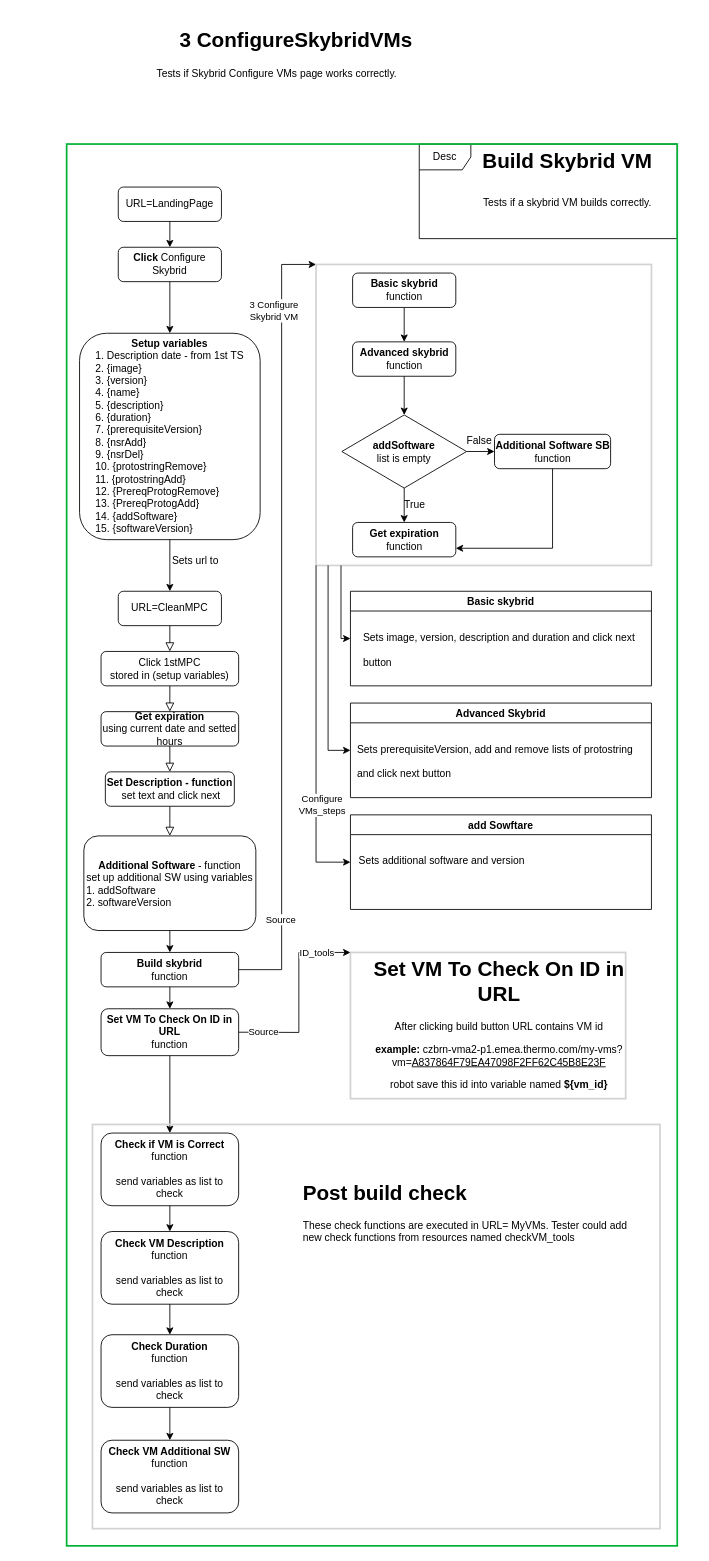
Before: page "3 ConfigureSkybridVMs" (4 of 5) of 4_MyVMS.drawio in MartinBlazek6/Project, a draw.io diagram. Source tidied: cells renumbered, new cells numbered last; positions are measured from the earlier drawing's top-left corner, leaving out a move shared by most shapes. Both pictures are drawn from the tidied source at 86%, with x=0, y=0 at pixel (15, 23).
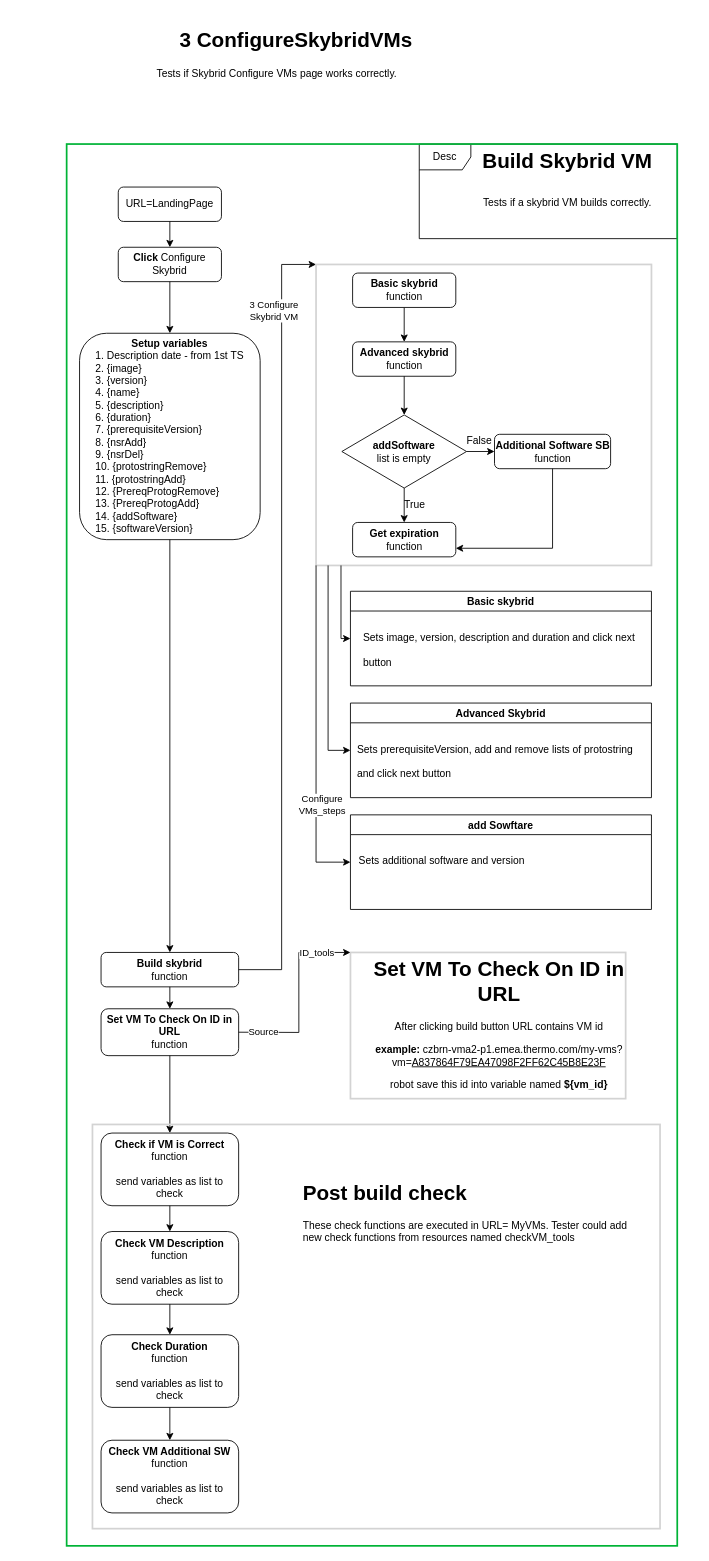
The same diagram, later.

Unchanged cells that the change refers to:
```xml
<mxCell id="4" value="&lt;b&gt;Setup variables&lt;br&gt;&lt;/b&gt;&lt;div style=&quot;text-align: left&quot;&gt;&lt;span&gt;1. Description date - from 1st TS&lt;/span&gt;&lt;/div&gt;&lt;div style=&quot;text-align: left&quot;&gt;&lt;div&gt;2. {image}&lt;/div&gt;&lt;div&gt;3. {version}&lt;/div&gt;&lt;div&gt;4. {name}&lt;/div&gt;&lt;div&gt;5. {description}&lt;/div&gt;&lt;div&gt;6. {duration}&lt;/div&gt;&lt;div&gt;7. {prerequisiteVersion}&lt;/div&gt;&lt;div&gt;8. {nsrAdd}&lt;/div&gt;&lt;div&gt;9. {nsrDel}&lt;/div&gt;&lt;div&gt;10. {protostringRemove}&lt;/div&gt;&lt;div&gt;11. {protostringAdd}&lt;/div&gt;&lt;div&gt;12. {PrereqProtogRemove}&lt;/div&gt;&lt;div&gt;13. {PrereqProtogAdd}&lt;/div&gt;&lt;div&gt;14. {addSoftware}&lt;/div&gt;&lt;div&gt;15. {softwareVersion}&lt;/div&gt;&lt;/div&gt;" style="rounded=1;whiteSpace=wrap;html=1;" parent="1" vertex="1">
  <mxGeometry x="75" y="360" width="210" height="240" as="geometry" />
</mxCell>
<mxCell id="14" value="&lt;b&gt;Build skybrid&lt;/b&gt;&lt;br&gt;function" style="rounded=1;whiteSpace=wrap;html=1;fontSize=12;glass=0;strokeWidth=1;shadow=0;" parent="1" vertex="1">
  <mxGeometry x="100" y="1080" width="160" height="40" as="geometry" />
</mxCell>
<mxCell id="18" style="endArrow=classic;html=1;rounded=0;exitX=1;exitY=0.5;exitDx=0;exitDy=0;entryX=0;entryY=0;entryDx=0;entryDy=0;" parent="1" edge="1" source="14" target="17">
  <mxGeometry relative="1" as="geometry">
    <Array as="points">
      <mxPoint x="310" y="1100" />
      <mxPoint x="310" y="280" />
    </Array>
  </mxGeometry>
</mxCell>
```

The edit, as a diff of the source:
```diff
@@
-    <mxCell id="2" style="rounded=0;html=1;jettySize=auto;fontSize=11;endArrow=block;endFill=0;endSize=8;strokeWidth=1;shadow=0;labelBackgroundColor=none;edgeStyle=orthogonalEdgeStyle;" parent="1" edge="1" source="3">
-      <mxGeometry relative="1" as="geometry">
-        <mxPoint x="180" y="730" as="targetPoint" />
-      </mxGeometry>
-    </mxCell>
-    <mxCell id="3" value="URL=CleanMPC" style="rounded=1;whiteSpace=wrap;html=1;fontSize=12;glass=0;strokeWidth=1;shadow=0;" parent="1" vertex="1">
-      <mxGeometry x="120" y="660" width="120" height="40" as="geometry" />
-    </mxCell>
@@
-    <mxCell id="5" style="endArrow=classic;html=1;rounded=0;exitX=0.5;exitY=1;exitDx=0;exitDy=0;entryX=0.5;entryY=0;entryDx=0;entryDy=0;" parent="1" edge="1" source="4" target="3">
-      <mxGeometry relative="1" as="geometry" />
-    </mxCell>
-    <mxCell id="6" value="Sets url to" style="text;html=1;strokeColor=none;fillColor=none;align=center;verticalAlign=middle;whiteSpace=wrap;rounded=0;" parent="1" vertex="1">
-      <mxGeometry x="180" y="610" width="60" height="30" as="geometry" />
-    </mxCell>
-    <mxCell id="7" style="rounded=0;html=1;jettySize=auto;fontSize=11;endArrow=block;endFill=0;endSize=8;strokeWidth=1;shadow=0;labelBackgroundColor=none;edgeStyle=orthogonalEdgeStyle;" parent="1" edge="1" source="8">
-      <mxGeometry relative="1" as="geometry">
-        <mxPoint x="180" y="800" as="targetPoint" />
-      </mxGeometry>
-    </mxCell>
-    <mxCell id="8" value="Click 1stMPC&lt;br&gt;stored in (setup variables)" style="rounded=1;whiteSpace=wrap;html=1;fontSize=12;glass=0;strokeWidth=1;shadow=0;" parent="1" vertex="1">
-      <mxGeometry x="100" y="730" width="160" height="40" as="geometry" />
-    </mxCell>
-    <mxCell id="9" style="rounded=0;html=1;jettySize=auto;fontSize=11;endArrow=block;endFill=0;endSize=8;strokeWidth=1;shadow=0;labelBackgroundColor=none;edgeStyle=orthogonalEdgeStyle;" parent="1" edge="1" source="10">
-      <mxGeometry relative="1" as="geometry">
-        <mxPoint x="180" y="944.5" as="targetPoint" />
-      </mxGeometry>
-    </mxCell>
-    <mxCell id="10" value="&lt;b&gt;Set Description - function&lt;br&gt;&lt;/b&gt;&amp;nbsp;set text and click next" style="rounded=1;whiteSpace=wrap;html=1;fontSize=12;glass=0;strokeWidth=1;shadow=0;" parent="1" vertex="1">
-      <mxGeometry x="105" y="870" width="150" height="40" as="geometry" />
-    </mxCell>
-    <mxCell id="11" value="&lt;b&gt;Additional Software&lt;/b&gt; - function&lt;br&gt;set up additional SW using variables&lt;br&gt;&lt;div style=&quot;text-align: left&quot;&gt;&lt;span&gt;1. addSoftware&lt;/span&gt;&lt;/div&gt;&lt;div style=&quot;text-align: left&quot;&gt;&lt;span&gt;2. softwareVersion&lt;/span&gt;&lt;/div&gt;" style="rounded=1;whiteSpace=wrap;html=1;fontSize=12;glass=0;strokeWidth=1;shadow=0;" parent="1" vertex="1">
-      <mxGeometry x="80" y="944.5" width="200" height="110" as="geometry" />
-    </mxCell>
-    <mxCell id="12" style="rounded=0;html=1;jettySize=auto;fontSize=11;endArrow=block;endFill=0;endSize=8;strokeWidth=1;shadow=0;labelBackgroundColor=none;edgeStyle=orthogonalEdgeStyle;" parent="1" edge="1" source="13">
-      <mxGeometry relative="1" as="geometry">
-        <mxPoint x="180" y="870" as="targetPoint" />
-      </mxGeometry>
-    </mxCell>
-    <mxCell id="13" value="&lt;b&gt;Get expiration&lt;/b&gt;&lt;br&gt;using current date and setted hours" style="rounded=1;whiteSpace=wrap;html=1;fontSize=12;glass=0;strokeWidth=1;shadow=0;" parent="1" vertex="1">
-      <mxGeometry x="100" y="800" width="160" height="40" as="geometry" />
-    </mxCell>
@@
-    <mxCell id="15" style="endArrow=classic;html=1;rounded=0;exitX=0.5;exitY=1;exitDx=0;exitDy=0;" parent="1" edge="1" source="11" target="14">
+    <mxCell id="15" style="endArrow=classic;html=1;rounded=0;exitX=0.5;exitY=1;exitDx=0;exitDy=0;" parent="1" edge="1" source="4" target="14">
       <mxGeometry relative="1" as="geometry" />
     </mxCell>
@@
-    <mxCell id="20" value="Source" style="edgeLabel;html=1;align=left;verticalAlign=bottom;" parent="18" vertex="1">
-      <mxGeometry x="-1" relative="1" as="geometry">
-        <mxPoint x="30" y="-50" as="offset" />
-      </mxGeometry>
-    </mxCell>
```
